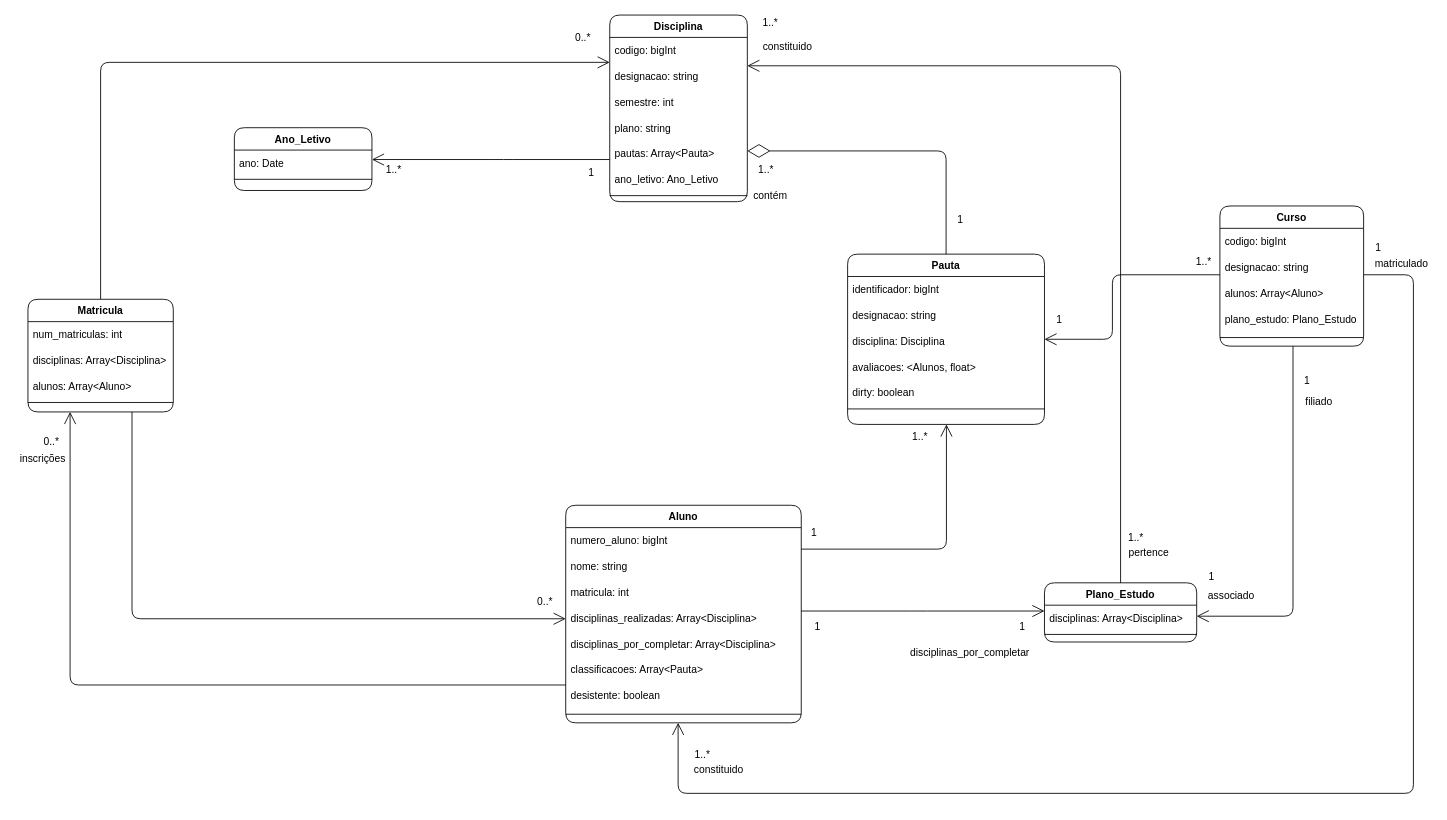
This is page "Domain" (1 of 2) of Docs/Diagrams.drawio from ruimpcastro/pweb2022, a draw.io file, before an edit. Source tidied: cells renumbered, new cells numbered last; positions are measured from the earlier drawing's top-left corner, leaving out a move shared by most shapes. Both pictures are drawn from the tidied source at 86%, with x=0, y=0 at pixel (15, 15).
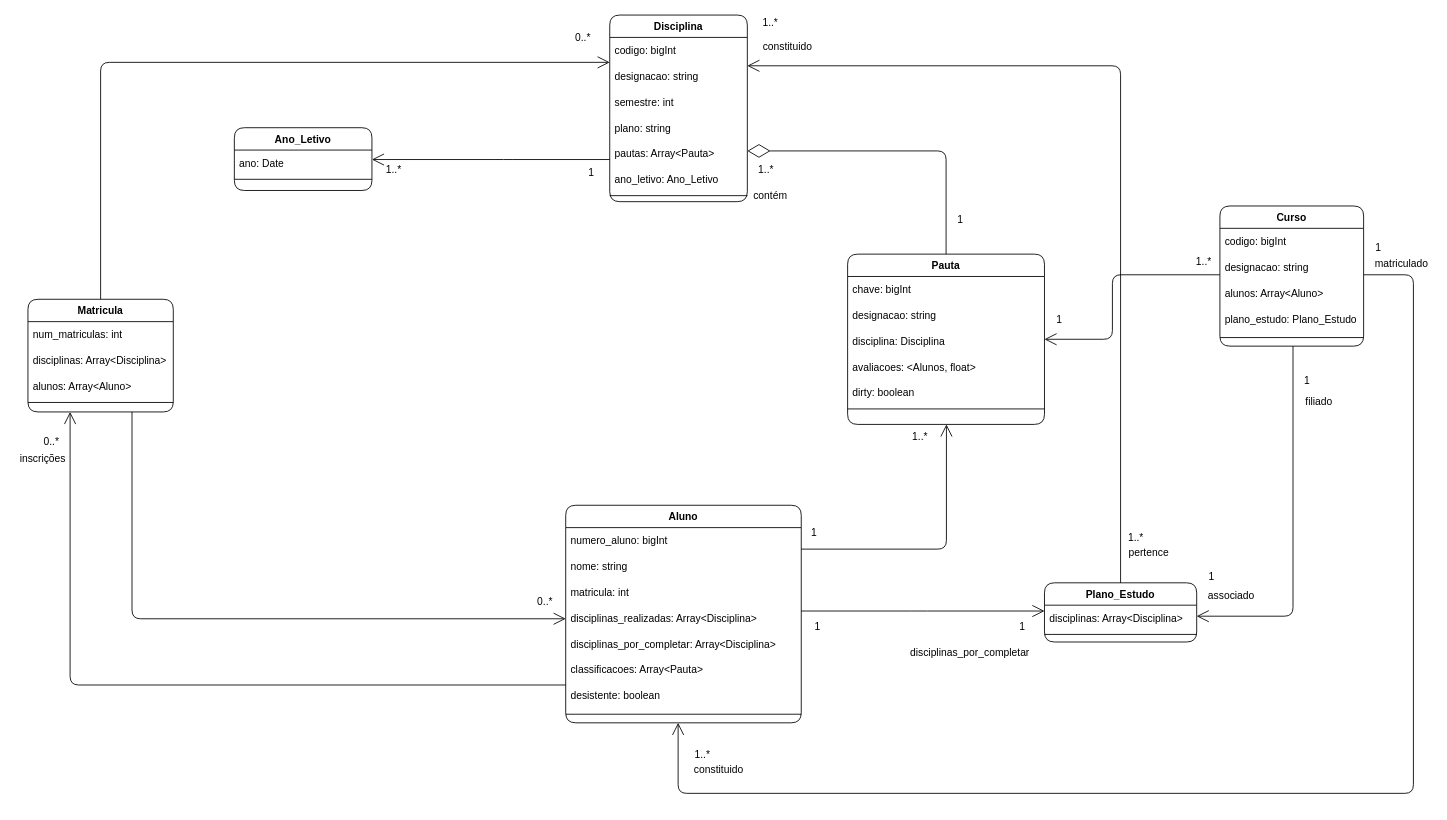
The same diagram, later.

Commit message (it also covers changes not shown here):
Created Mock data for Aluno.php, updated Diagrams.drawio and adjusted aluno_disciplina association

Unchanged cells that the change refers to:
```xml
<mxCell id="30" value="Pauta" style="swimlane;fontStyle=1;align=center;verticalAlign=top;horizontal=1;startSize=26;shadow=0;strokeWidth=1;rounded=1;" parent="1" vertex="1">
  <mxGeometry x="968.1" y="278" width="228.9" height="198" as="geometry" />
</mxCell>
```

The edit, as a diff of the source:
```diff
@@
-    <mxCell id="31" value="identificador: bigInt" style="text;strokeColor=none;fillColor=none;align=left;verticalAlign=middle;spacingLeft=4;spacingRight=4;overflow=hidden;rounded=1;" parent="30" vertex="1">
+    <mxCell id="31" value="chave: bigInt" style="text;strokeColor=none;fillColor=none;align=left;verticalAlign=middle;spacingLeft=4;spacingRight=4;overflow=hidden;rounded=1;" parent="30" vertex="1">
       <mxGeometry y="26" width="228.9" height="30" as="geometry" />
     </mxCell>
```
